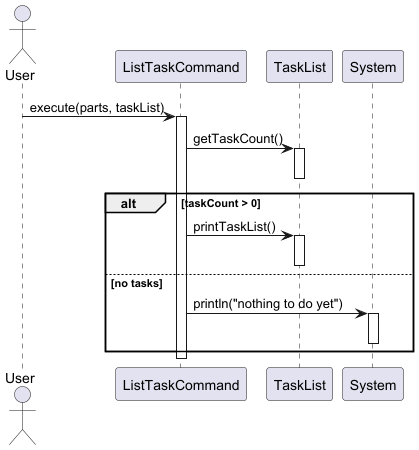
The PlantUML diagram docs/diagrams/tasklistcommands/ListTaskCommandSequenceDiagram.png in wongyihao02/tp, before a commit.
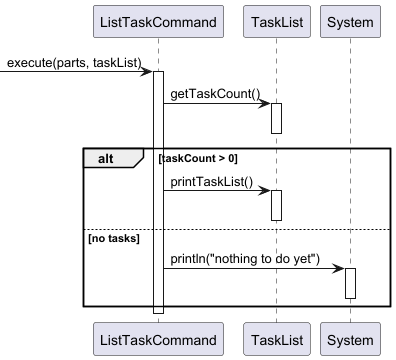
The same diagram one commit later.

Diff of the diagram source:
```diff
@@ -1,12 +1,10 @@
 @startuml
-
-actor User
 
 participant "ListTaskCommand" as ListCmd
 participant "TaskList" as TaskList
 participant "System" as Console
 
-User -> ListCmd : execute(parts, taskList)
+-> ListCmd : execute(parts, taskList)
 activate ListCmd
 
 ListCmd -> TaskList : getTaskCount()
```
